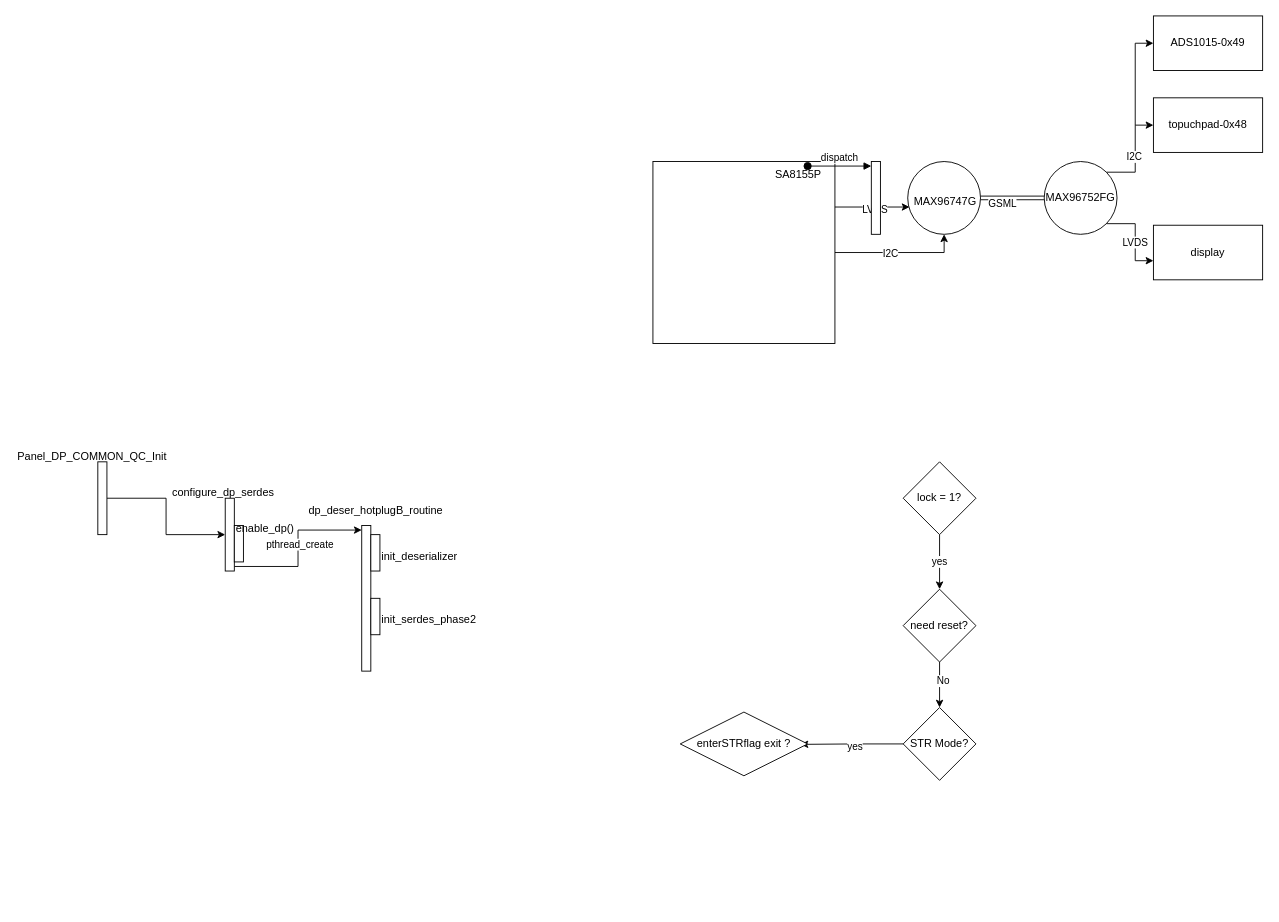
The draw.io diagram page "Page-2" (2 of 2) of display-arch.drawio in singledo/drawio-repo, before the edit. Source tidied: cells renumbered, new cells numbered last; positions are measured from the earlier drawing's top-left corner, leaving out a move shared by most shapes. Both pictures are drawn from the tidied source at 91%, with x=0, y=0 at pixel (15, 15).
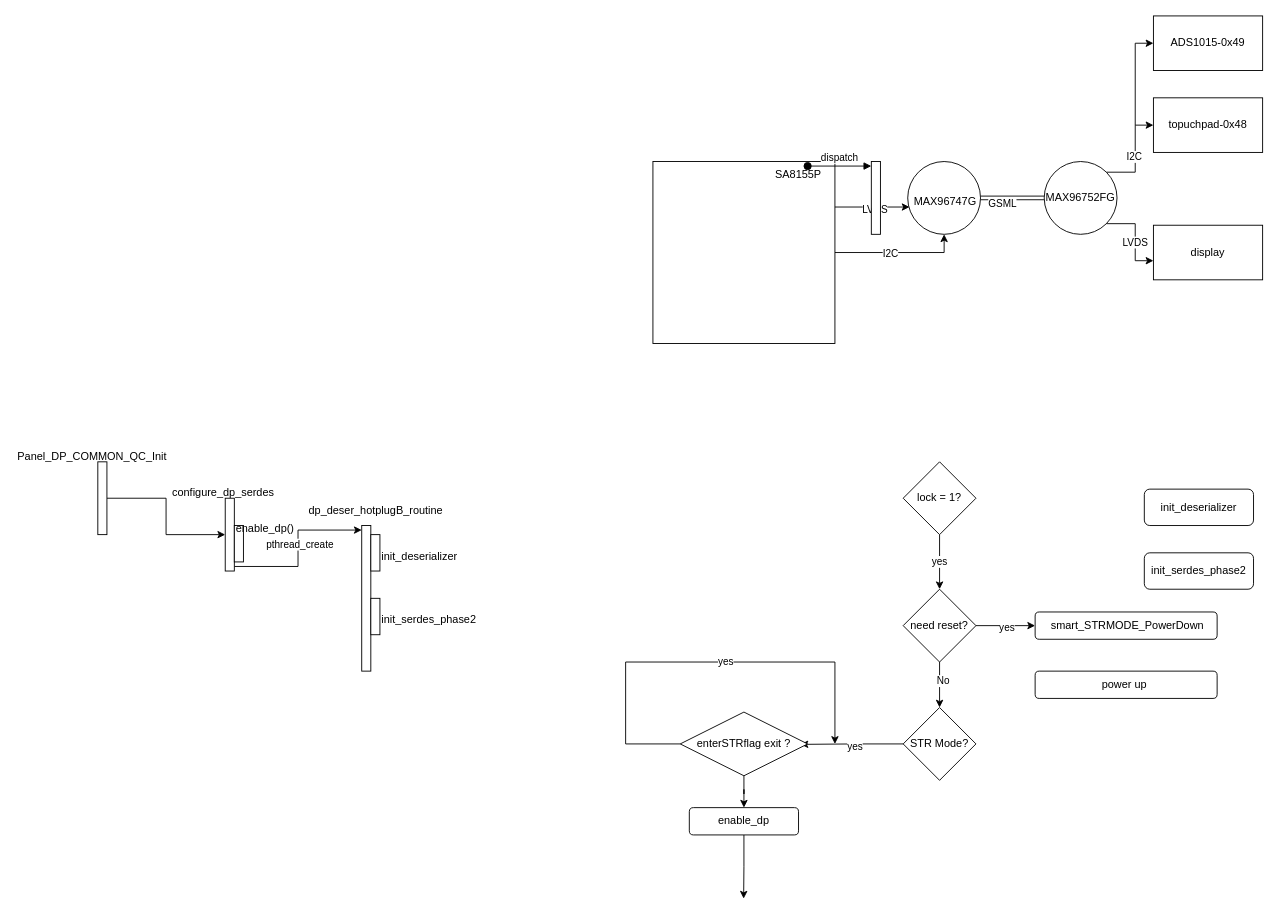
After the change.

The change refers to these unchanged cells:
```xml
<mxCell id="43" value="need reset?" style="rhombus;whiteSpace=wrap;html=1;" parent="1" vertex="1">
  <mxGeometry x="975" y="630" width="80" height="80" as="geometry" />
</mxCell>
<mxCell id="47" value="enterSTRflag exit ?" style="rhombus;whiteSpace=wrap;html=1;" parent="1" vertex="1">
  <mxGeometry x="730" y="765" width="140" height="70" as="geometry" />
</mxCell>
```

What changed in the source:
```diff
@@
+    <mxCell id="48" style="edgeStyle=orthogonalEdgeStyle;rounded=0;jettySize=auto;html=1;exitX=1;exitY=0.5;exitDx=0;exitDy=0;entryX=0;entryY=0.5;entryDx=0;entryDy=0;" parent="1" edge="1" source="43" target="57">
+      <mxGeometry relative="1" as="geometry" />
+    </mxCell>
+    <mxCell id="49" value="yes" style="edgeLabel;html=1;align=center;verticalAlign=middle;" parent="48" vertex="1">
+      <mxGeometry x="0.02" y="-1" relative="1" as="geometry" />
+    </mxCell>
@@
+    <mxCell id="50" style="edgeStyle=orthogonalEdgeStyle;rounded=0;jettySize=auto;html=1;" parent="1" edge="1" source="47">
+      <mxGeometry relative="1" as="geometry">
+        <mxPoint x="900" y="800" as="targetPoint" />
+        <Array as="points">
+          <mxPoint x="670" y="800" />
+          <mxPoint x="670" y="710" />
+        </Array>
+      </mxGeometry>
+    </mxCell>
+    <mxCell id="51" value="yes" style="edgeLabel;html=1;align=center;verticalAlign=middle;" parent="50" vertex="1">
+      <mxGeometry x="0.1" y="1" relative="1" as="geometry" />
+    </mxCell>
+    <mxCell id="52" style="edgeStyle=orthogonalEdgeStyle;rounded=0;jettySize=auto;html=1;entryX=0.5;entryY=0;entryDx=0;entryDy=0;" parent="1" edge="1" source="47" target="54">
+      <mxGeometry relative="1" as="geometry" />
+    </mxCell>
@@
+    <mxCell id="53" style="edgeStyle=orthogonalEdgeStyle;rounded=0;jettySize=auto;html=1;exitX=0.5;exitY=1;exitDx=0;exitDy=0;" parent="1" edge="1" source="54">
+      <mxGeometry relative="1" as="geometry">
+        <mxPoint x="799.7" y="970" as="targetPoint" />
+      </mxGeometry>
+    </mxCell>
+    <mxCell id="54" value="enable_dp" style="rounded=1;whiteSpace=wrap;html=1;" parent="1" vertex="1">
+      <mxGeometry x="740" y="870" width="120" height="30" as="geometry" />
+    </mxCell>
+    <mxCell id="55" value="init_deserializer" style="rounded=1;whiteSpace=wrap;html=1;" parent="1" vertex="1">
+      <mxGeometry x="1240" y="520" width="120" height="40" as="geometry" />
+    </mxCell>
+    <mxCell id="56" value="init_serdes_phase2" style="rounded=1;whiteSpace=wrap;html=1;" parent="1" vertex="1">
+      <mxGeometry x="1240" y="590" width="120" height="40" as="geometry" />
+    </mxCell>
+    <mxCell id="57" value="&amp;nbsp;smart_STRMODE_PowerDown" style="rounded=1;whiteSpace=wrap;html=1;" parent="1" vertex="1">
+      <mxGeometry x="1120" y="655" width="200" height="30" as="geometry" />
+    </mxCell>
+    <mxCell id="58" value="power up&amp;nbsp;" style="rounded=1;whiteSpace=wrap;html=1;" parent="1" vertex="1">
+      <mxGeometry x="1120" y="720" width="200" height="30" as="geometry" />
+    </mxCell>
```
